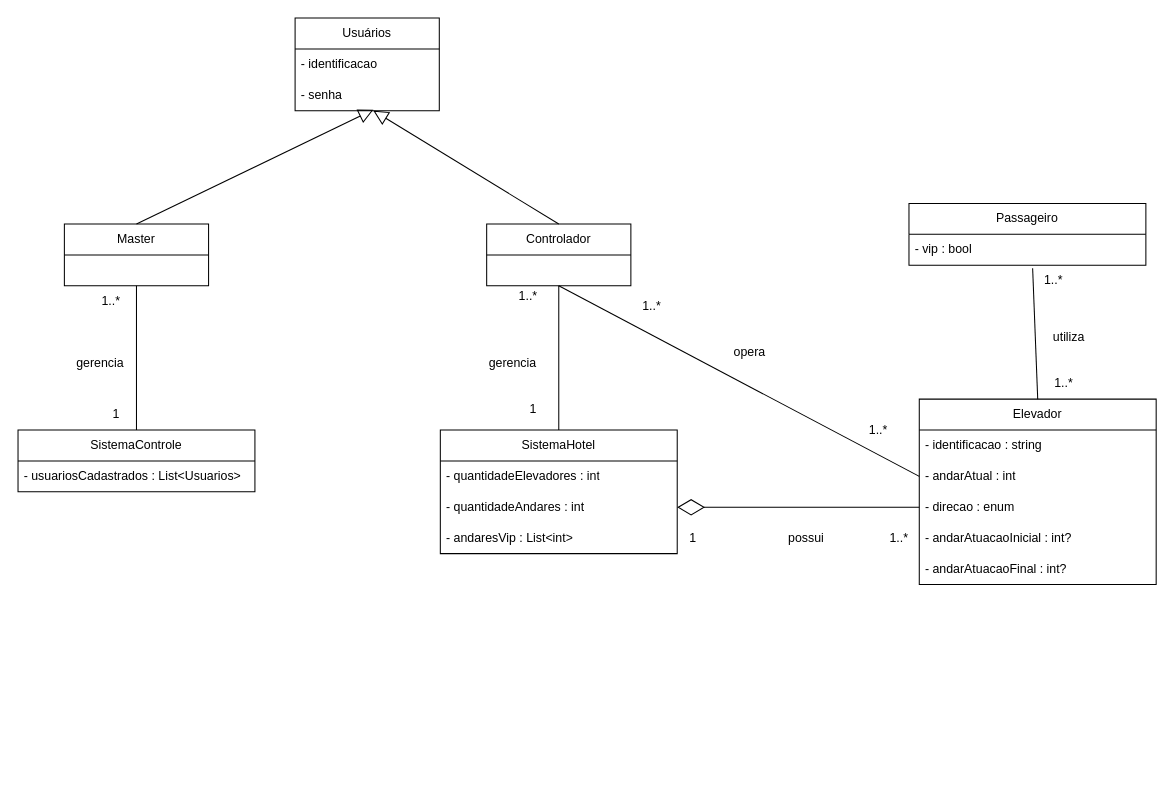
The draw.io diagram Diagrama de domínio.drawio in LucasAlmeida04/Projeto-Sistema-Elevadores, before the edit. Source tidied: cells renumbered, new cells numbered last; positions are measured from the earlier drawing's top-left corner, leaving out a move shared by most shapes. Both pictures are drawn from the tidied source at 103%, with x=0, y=0 at pixel (18, 18).
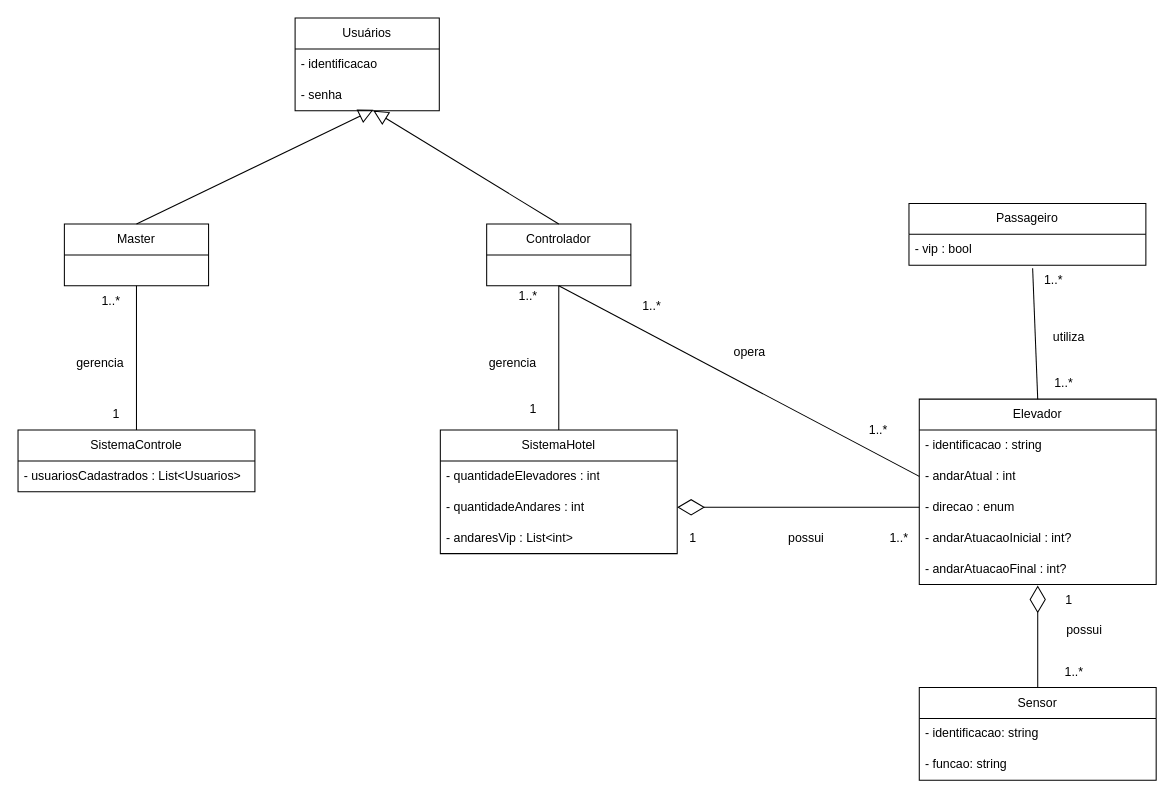
Above is the later version.

The change refers to these unchanged cells:
```xml
<mxCell id="20" value="- andarAtuacaoFinal : int?" style="text;strokeColor=none;fillColor=none;align=left;verticalAlign=middle;spacingLeft=4;spacingRight=4;overflow=hidden;points=[[0,0.5],[1,0.5]];portConstraint=eastwest;whiteSpace=wrap;html=1;" parent="15" vertex="1">
  <mxGeometry y="150" width="230" height="30" as="geometry" />
</mxCell>
```

Diff of the diagram source:
```diff
@@
+    <mxCell id="43" value="Sensor" style="swimlane;fontStyle=0;horizontal=1;startSize=30;whiteSpace=wrap;html=1;" parent="1" vertex="1">
+      <mxGeometry x="875" y="650" width="230" height="90" as="geometry" />
+    </mxCell>
+    <mxCell id="44" value="- identificacao: string" style="text;strokeColor=none;fillColor=none;align=left;verticalAlign=middle;spacingLeft=4;spacingRight=4;overflow=hidden;whiteSpace=wrap;html=1;" parent="43" vertex="1">
+      <mxGeometry y="30" width="230" height="30" as="geometry" />
+    </mxCell>
+    <mxCell id="45" value="- funcao: string" style="text;strokeColor=none;fillColor=none;align=left;verticalAlign=middle;spacingLeft=4;spacingRight=4;overflow=hidden;whiteSpace=wrap;html=1;" parent="43" vertex="1">
+      <mxGeometry y="60" width="230" height="30" as="geometry" />
+    </mxCell>
+    <mxCell id="46" style="endArrow=diamondThin;endFill=0;endSize=24;html=1;rounded=0;exitX=0.5;exitY=0;exitDx=0;exitDy=0;entryX=0.5;entryY=1.033;entryDx=0;entryDy=0;entryPerimeter=0;" parent="1" edge="1" source="43" target="20">
+      <mxGeometry relative="1" as="geometry" />
+    </mxCell>
+    <mxCell id="47" value="1" style="text;html=1;align=center;verticalAlign=middle;strokeColor=none;fillColor=none;" parent="1" vertex="1">
+      <mxGeometry x="1005" y="550" width="30" height="30" as="geometry" />
+    </mxCell>
+    <mxCell id="48" value="possui" style="text;html=1;align=center;verticalAlign=middle;strokeColor=none;fillColor=none;" parent="1" vertex="1">
+      <mxGeometry x="1005" y="580" width="60" height="30" as="geometry" />
+    </mxCell>
+    <mxCell id="49" value="1..*" style="text;html=1;align=center;verticalAlign=middle;strokeColor=none;fillColor=none;" parent="1" vertex="1">
+      <mxGeometry x="1005" y="620" width="40" height="30" as="geometry" />
+    </mxCell>
```
